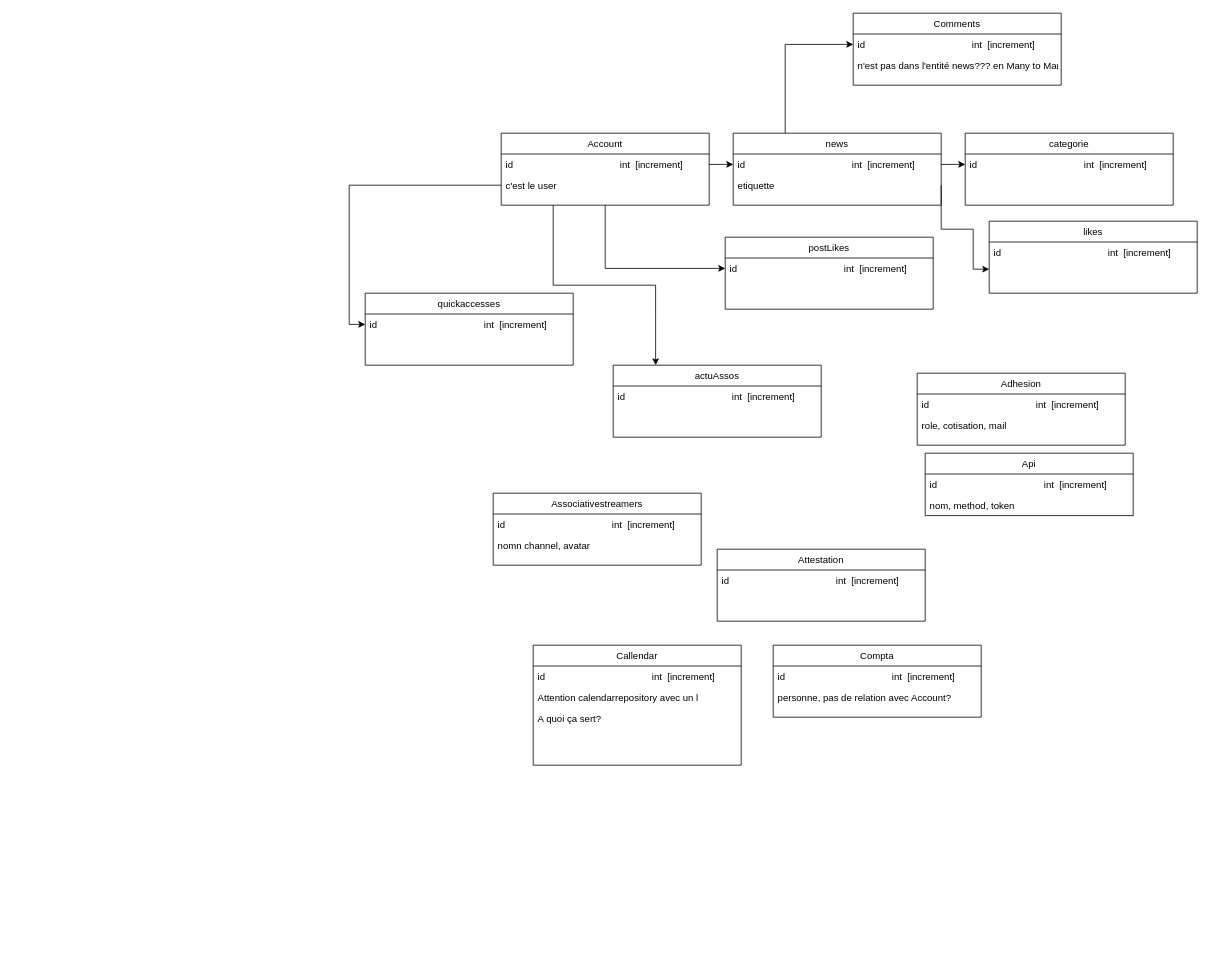
The draw.io diagram horizon/diag_de_classe.drawio in cyrisa02/diagrammes-UML, before the edit. Source tidied: cells renumbered, new cells numbered last; positions are measured from the earlier drawing's top-left corner, leaving out a move shared by most shapes. Both pictures are drawn from the tidied source at 80%, with x=0, y=0 at pixel (365, 13).
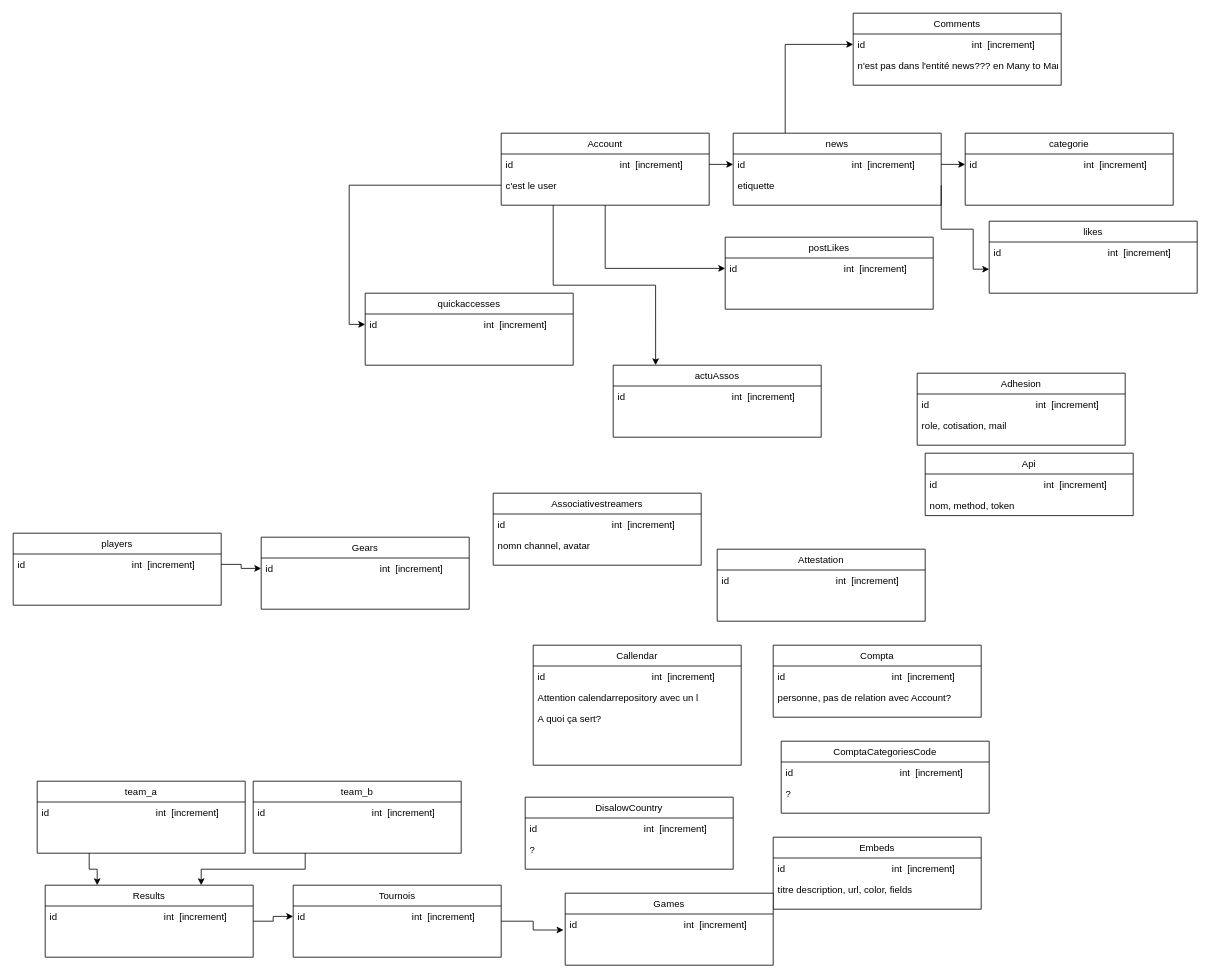
Above is the later version.

Commit message (it also covers changes not shown here):
Mettre à jour diag_de_classe.drawio

The edit, as a diff of the source:
```diff
@@
+    <mxCell id="46" value="ComptaCategoriesCode" style="swimlane;fontStyle=0;align=center;verticalAlign=top;horizontal=1;startSize=26;rounded=0;shadow=0;strokeWidth=1;" parent="1" vertex="1">
+      <mxGeometry x="520" y="910" width="260" height="90" as="geometry" />
+    </mxCell>
+    <mxCell id="47" value="id                                        int  [increment]" style="text;align=left;verticalAlign=top;spacingLeft=4;spacingRight=4;overflow=hidden;" parent="46" vertex="1">
+      <mxGeometry y="26" width="260" height="26" as="geometry" />
+    </mxCell>
+    <mxCell id="48" value="?" style="text;align=left;verticalAlign=top;spacingLeft=4;spacingRight=4;overflow=hidden;" parent="46" vertex="1">
+      <mxGeometry y="52" width="260" height="26" as="geometry" />
+    </mxCell>
+    <mxCell id="49" value="DisalowCountry" style="swimlane;fontStyle=0;align=center;verticalAlign=top;horizontal=1;startSize=26;rounded=0;shadow=0;strokeWidth=1;" parent="1" vertex="1">
+      <mxGeometry x="200" y="980" width="260" height="90" as="geometry" />
+    </mxCell>
+    <mxCell id="50" value="id                                        int  [increment]" style="text;align=left;verticalAlign=top;spacingLeft=4;spacingRight=4;overflow=hidden;" parent="49" vertex="1">
+      <mxGeometry y="26" width="260" height="26" as="geometry" />
+    </mxCell>
+    <mxCell id="51" value="?" style="text;align=left;verticalAlign=top;spacingLeft=4;spacingRight=4;overflow=hidden;" parent="49" vertex="1">
+      <mxGeometry y="52" width="260" height="26" as="geometry" />
+    </mxCell>
+    <mxCell id="52" value="Embeds" style="swimlane;fontStyle=0;align=center;verticalAlign=top;horizontal=1;startSize=26;rounded=0;shadow=0;strokeWidth=1;" parent="1" vertex="1">
+      <mxGeometry x="510" y="1030" width="260" height="90" as="geometry" />
+    </mxCell>
+    <mxCell id="53" value="id                                        int  [increment]" style="text;align=left;verticalAlign=top;spacingLeft=4;spacingRight=4;overflow=hidden;" parent="52" vertex="1">
+      <mxGeometry y="26" width="260" height="26" as="geometry" />
+    </mxCell>
+    <mxCell id="54" value="titre description, url, color, fields" style="text;align=left;verticalAlign=top;spacingLeft=4;spacingRight=4;overflow=hidden;" parent="52" vertex="1">
+      <mxGeometry y="52" width="260" height="26" as="geometry" />
+    </mxCell>
+    <mxCell id="55" value="Games" style="swimlane;fontStyle=0;align=center;verticalAlign=top;horizontal=1;startSize=26;rounded=0;shadow=0;strokeWidth=1;" parent="1" vertex="1">
+      <mxGeometry x="250" y="1100" width="260" height="90" as="geometry" />
+    </mxCell>
+    <mxCell id="56" value="id                                        int  [increment]" style="text;align=left;verticalAlign=top;spacingLeft=4;spacingRight=4;overflow=hidden;points=[[0,0.5],[1,0.5]];portConstraint=eastwest;" parent="55" vertex="1">
+      <mxGeometry y="26" width="260" height="26" as="geometry" />
+    </mxCell>
+    <mxCell id="57" style="edgeStyle=orthogonalEdgeStyle;rounded=0;jettySize=auto;html=1;exitX=1;exitY=0.5;exitDx=0;exitDy=0;entryX=-0.008;entryY=0.769;entryDx=0;entryDy=0;entryPerimeter=0;" parent="1" edge="1" source="58" target="56">
+      <mxGeometry relative="1" as="geometry" />
+    </mxCell>
+    <mxCell id="58" value="Tournois" style="swimlane;fontStyle=0;align=center;verticalAlign=top;horizontal=1;startSize=26;rounded=0;shadow=0;strokeWidth=1;" parent="1" vertex="1">
+      <mxGeometry x="-90" y="1090" width="260" height="90" as="geometry" />
+    </mxCell>
+    <mxCell id="59" value="id                                        int  [increment]" style="text;align=left;verticalAlign=top;spacingLeft=4;spacingRight=4;overflow=hidden;points=[[0,0.5],[1,0.5]];portConstraint=eastwest;" parent="58" vertex="1">
+      <mxGeometry y="26" width="260" height="26" as="geometry" />
+    </mxCell>
+    <mxCell id="60" style="edgeStyle=orthogonalEdgeStyle;rounded=0;jettySize=auto;html=1;exitX=1;exitY=0.5;exitDx=0;exitDy=0;entryX=0;entryY=0.5;entryDx=0;entryDy=0;" parent="1" edge="1" source="61" target="59">
+      <mxGeometry relative="1" as="geometry" />
+    </mxCell>
+    <mxCell id="61" value="Results" style="swimlane;fontStyle=0;align=center;verticalAlign=top;horizontal=1;startSize=26;rounded=0;shadow=0;strokeWidth=1;" parent="1" vertex="1">
+      <mxGeometry x="-400" y="1090" width="260" height="90" as="geometry" />
+    </mxCell>
+    <mxCell id="62" value="id                                        int  [increment]" style="text;align=left;verticalAlign=top;spacingLeft=4;spacingRight=4;overflow=hidden;" parent="61" vertex="1">
+      <mxGeometry y="26" width="260" height="26" as="geometry" />
+    </mxCell>
+    <mxCell id="63" style="edgeStyle=orthogonalEdgeStyle;rounded=0;jettySize=auto;html=1;exitX=0.25;exitY=1;exitDx=0;exitDy=0;entryX=0.25;entryY=0;entryDx=0;entryDy=0;" parent="1" edge="1" source="64" target="61">
+      <mxGeometry relative="1" as="geometry" />
+    </mxCell>
+    <mxCell id="64" value="team_a" style="swimlane;fontStyle=0;align=center;verticalAlign=top;horizontal=1;startSize=26;rounded=0;shadow=0;strokeWidth=1;" parent="1" vertex="1">
+      <mxGeometry x="-410" y="960" width="260" height="90" as="geometry" />
+    </mxCell>
+    <mxCell id="65" value="id                                        int  [increment]" style="text;align=left;verticalAlign=top;spacingLeft=4;spacingRight=4;overflow=hidden;" parent="64" vertex="1">
+      <mxGeometry y="26" width="260" height="26" as="geometry" />
+    </mxCell>
+    <mxCell id="66" style="edgeStyle=orthogonalEdgeStyle;rounded=0;jettySize=auto;html=1;exitX=0.25;exitY=1;exitDx=0;exitDy=0;entryX=0.75;entryY=0;entryDx=0;entryDy=0;" parent="1" edge="1" source="67" target="61">
+      <mxGeometry relative="1" as="geometry" />
+    </mxCell>
+    <mxCell id="67" value="team_b" style="swimlane;fontStyle=0;align=center;verticalAlign=top;horizontal=1;startSize=26;rounded=0;shadow=0;strokeWidth=1;" parent="1" vertex="1">
+      <mxGeometry x="-140" y="960" width="260" height="90" as="geometry" />
+    </mxCell>
+    <mxCell id="68" value="id                                        int  [increment]" style="text;align=left;verticalAlign=top;spacingLeft=4;spacingRight=4;overflow=hidden;" parent="67" vertex="1">
+      <mxGeometry y="26" width="260" height="26" as="geometry" />
+    </mxCell>
+    <mxCell id="69" value="players" style="swimlane;fontStyle=0;align=center;verticalAlign=top;horizontal=1;startSize=26;rounded=0;shadow=0;strokeWidth=1;" parent="1" vertex="1">
+      <mxGeometry x="-440" y="650" width="260" height="90" as="geometry" />
+    </mxCell>
+    <mxCell id="70" value="id                                        int  [increment]" style="text;align=left;verticalAlign=top;spacingLeft=4;spacingRight=4;overflow=hidden;points=[[0,0.5],[1,0.5]];portConstraint=eastwest;" parent="69" vertex="1">
+      <mxGeometry y="26" width="260" height="26" as="geometry" />
+    </mxCell>
+    <mxCell id="71" value="Gears" style="swimlane;fontStyle=0;align=center;verticalAlign=top;horizontal=1;startSize=26;rounded=0;shadow=0;strokeWidth=1;" parent="1" vertex="1">
+      <mxGeometry x="-130" y="655" width="260" height="90" as="geometry" />
+    </mxCell>
+    <mxCell id="72" value="id                                        int  [increment]" style="text;align=left;verticalAlign=top;spacingLeft=4;spacingRight=4;overflow=hidden;points=[[0,0.5],[1,0.5]];portConstraint=eastwest;" parent="71" vertex="1">
+      <mxGeometry y="26" width="260" height="26" as="geometry" />
+    </mxCell>
+    <mxCell id="73" style="edgeStyle=orthogonalEdgeStyle;rounded=0;jettySize=auto;html=1;exitX=1;exitY=0.5;exitDx=0;exitDy=0;entryX=0;entryY=0.5;entryDx=0;entryDy=0;" parent="1" edge="1" source="70" target="72">
+      <mxGeometry relative="1" as="geometry" />
+    </mxCell>
```
